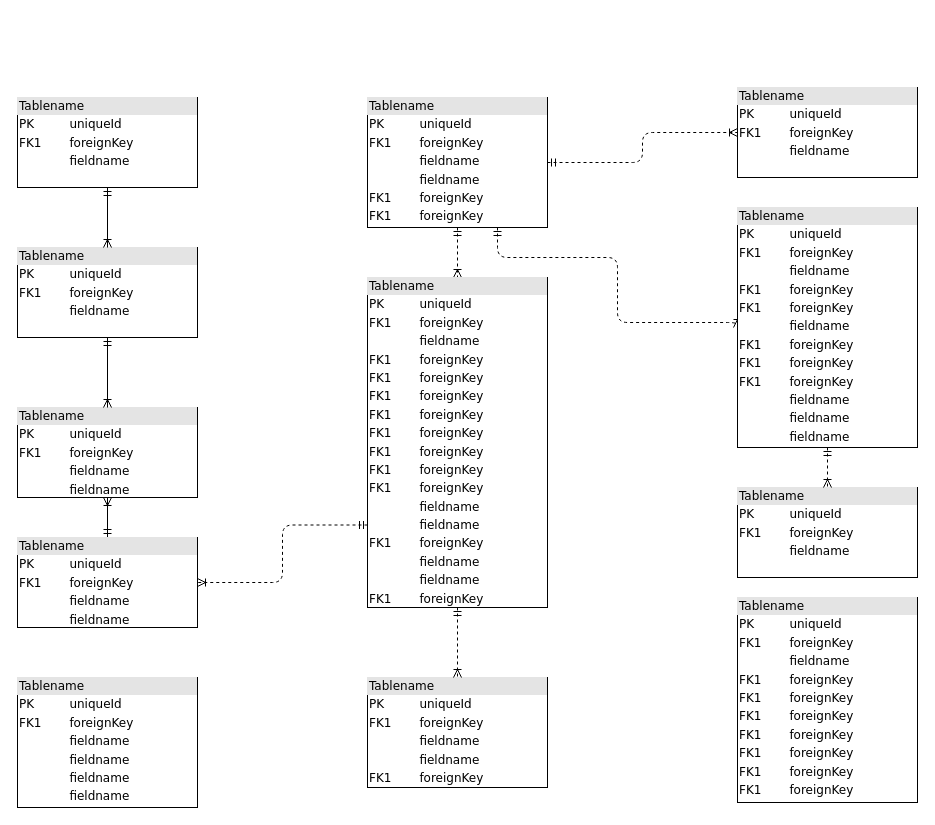
This is Biểu đồ không có tiêu đề.drawio from maihoang123/test, a draw.io file, before an edit. Source tidied: cells renumbered, new cells numbered last; positions are measured from the earlier drawing's top-left corner, leaving out a move shared by most shapes. Both pictures are drawn from the tidied source at 100%, with x=0, y=0 at pixel (17, 87).
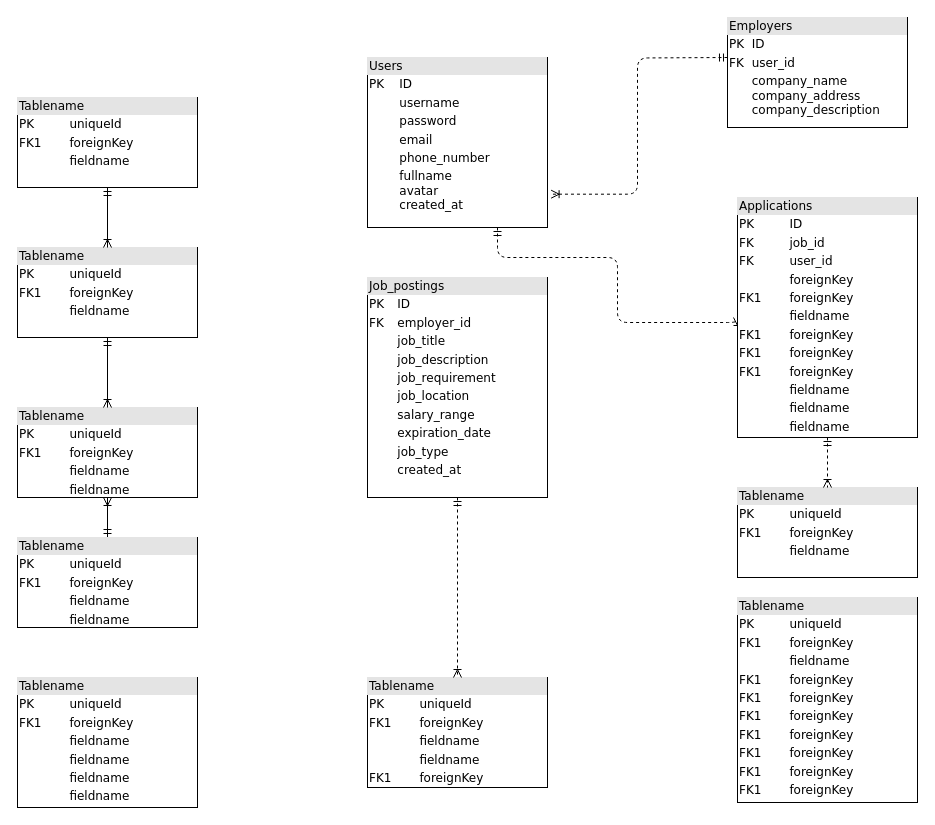
Above is the later version.

Commit message:
Cập nhật Biểu đồ không có tiêu đề.drawio

Unchanged cells that the change refers to:
```xml
<mxCell id="9" value="&lt;div style=&quot;box-sizing: border-box ; width: 100% ; background: #e4e4e4 ; padding: 2px&quot;&gt;Tablename&lt;/div&gt;&lt;table style=&quot;width: 100% ; font-size: 1em&quot; cellpadding=&quot;2&quot; cellspacing=&quot;0&quot;&gt;&lt;tbody&gt;&lt;tr&gt;&lt;td&gt;PK&lt;/td&gt;&lt;td&gt;uniqueId&lt;/td&gt;&lt;/tr&gt;&lt;tr&gt;&lt;td&gt;FK1&lt;/td&gt;&lt;td&gt;foreignKey&lt;/td&gt;&lt;/tr&gt;&lt;tr&gt;&lt;td&gt;&lt;/td&gt;&lt;td&gt;fieldname&lt;/td&gt;&lt;/tr&gt;&lt;tr&gt;&lt;td&gt;&lt;br&gt;&lt;/td&gt;&lt;td&gt;fieldname&lt;br&gt;&lt;/td&gt;&lt;/tr&gt;&lt;/tbody&gt;&lt;/table&gt;" style="verticalAlign=top;align=left;overflow=fill;html=1;rounded=0;shadow=0;comic=0;labelBackgroundColor=none;strokeWidth=1;fontFamily=Verdana;fontSize=12;" parent="1" vertex="1">
  <mxGeometry y="450" width="180" height="90" as="geometry" />
</mxCell>
```

Diff of the diagram source:
```diff
@@
-    <mxCell id="3" style="edgeStyle=orthogonalEdgeStyle;html=1;entryX=0.5;entryY=0;dashed=1;labelBackgroundColor=none;startArrow=ERmandOne;endArrow=ERoneToMany;fontFamily=Verdana;fontSize=12;align=left;" parent="1" edge="1" source="6" target="16">
-      <mxGeometry relative="1" as="geometry" />
-    </mxCell>
@@
-    <mxCell id="5" style="edgeStyle=orthogonalEdgeStyle;html=1;dashed=1;labelBackgroundColor=none;startArrow=ERmandOne;endArrow=ERoneToMany;fontFamily=Verdana;fontSize=12;align=left;" parent="1" edge="1" source="6" target="20">
-      <mxGeometry relative="1" as="geometry" />
-    </mxCell>
-    <mxCell id="6" value="&lt;div style=&quot;box-sizing: border-box ; width: 100% ; background: #e4e4e4 ; padding: 2px&quot;&gt;Tablename&lt;/div&gt;&lt;table style=&quot;width: 100% ; font-size: 1em&quot; cellpadding=&quot;2&quot; cellspacing=&quot;0&quot;&gt;&lt;tbody&gt;&lt;tr&gt;&lt;td&gt;PK&lt;/td&gt;&lt;td&gt;uniqueId&lt;/td&gt;&lt;/tr&gt;&lt;tr&gt;&lt;td&gt;FK1&lt;/td&gt;&lt;td&gt;foreignKey&lt;/td&gt;&lt;/tr&gt;&lt;tr&gt;&lt;td&gt;&lt;/td&gt;&lt;td&gt;fieldname&lt;/td&gt;&lt;/tr&gt;&lt;tr&gt;&lt;td&gt;&lt;br&gt;&lt;/td&gt;&lt;td&gt;fieldname&lt;br&gt;&lt;/td&gt;&lt;/tr&gt;&lt;tr&gt;&lt;td&gt;FK1&lt;br&gt;&lt;/td&gt;&lt;td&gt;foreignKey&lt;br&gt;&lt;/td&gt;&lt;/tr&gt;&lt;tr&gt;&lt;td&gt;FK1&lt;br&gt;&lt;/td&gt;&lt;td&gt;foreignKey&lt;br&gt;&lt;/td&gt;&lt;/tr&gt;&lt;/tbody&gt;&lt;/table&gt;" style="verticalAlign=top;align=left;overflow=fill;html=1;rounded=0;shadow=0;comic=0;labelBackgroundColor=none;strokeWidth=1;fontFamily=Verdana;fontSize=12;" parent="1" vertex="1">
-      <mxGeometry x="350" y="10" width="180" height="130" as="geometry" />
+    <mxCell id="6" value="&lt;div style=&quot;box-sizing: border-box ; width: 100% ; background: #e4e4e4 ; padding: 2px&quot;&gt;Users&lt;/div&gt;&lt;table style=&quot;width: 100% ; font-size: 1em&quot; cellpadding=&quot;2&quot; cellspacing=&quot;0&quot;&gt;&lt;tbody&gt;&lt;tr&gt;&lt;td&gt;PK&lt;/td&gt;&lt;td&gt;ID&lt;/td&gt;&lt;/tr&gt;&lt;tr&gt;&lt;td&gt;&lt;br&gt;&lt;/td&gt;&lt;td&gt;username&lt;/td&gt;&lt;/tr&gt;&lt;tr&gt;&lt;td&gt;&lt;/td&gt;&lt;td&gt;password&lt;/td&gt;&lt;/tr&gt;&lt;tr&gt;&lt;td&gt;&lt;br&gt;&lt;/td&gt;&lt;td&gt;email&lt;/td&gt;&lt;/tr&gt;&lt;tr&gt;&lt;td&gt;&lt;br&gt;&lt;/td&gt;&lt;td&gt;phone_number&lt;br&gt;&lt;/td&gt;&lt;/tr&gt;&lt;tr&gt;&lt;td&gt;&lt;br&gt;&lt;/td&gt;&lt;td&gt;fullname&lt;br&gt;avatar&lt;br&gt;created_at&lt;/td&gt;&lt;/tr&gt;&lt;/tbody&gt;&lt;/table&gt;" style="verticalAlign=top;align=left;overflow=fill;html=1;rounded=0;shadow=0;comic=0;labelBackgroundColor=none;strokeWidth=1;fontFamily=Verdana;fontSize=12;" parent="1" vertex="1">
+      <mxGeometry x="350" y="-30" width="180" height="170" as="geometry" />
     </mxCell>
@@
-    <mxCell id="8" style="edgeStyle=orthogonalEdgeStyle;html=1;exitX=0;exitY=0.75;entryX=1;entryY=0.5;dashed=1;labelBackgroundColor=none;startArrow=ERmandOne;endArrow=ERoneToMany;fontFamily=Verdana;fontSize=12;align=left;" parent="1" edge="1" source="16" target="9">
-      <mxGeometry relative="1" as="geometry" />
-    </mxCell>
@@
-    <mxCell id="16" value="&lt;div style=&quot;box-sizing: border-box ; width: 100% ; background: #e4e4e4 ; padding: 2px&quot;&gt;Tablename&lt;/div&gt;&lt;table style=&quot;width: 100% ; font-size: 1em&quot; cellpadding=&quot;2&quot; cellspacing=&quot;0&quot;&gt;&lt;tbody&gt;&lt;tr&gt;&lt;td&gt;PK&lt;/td&gt;&lt;td&gt;uniqueId&lt;/td&gt;&lt;/tr&gt;&lt;tr&gt;&lt;td&gt;FK1&lt;/td&gt;&lt;td&gt;foreignKey&lt;/td&gt;&lt;/tr&gt;&lt;tr&gt;&lt;td&gt;&lt;/td&gt;&lt;td&gt;fieldname&lt;/td&gt;&lt;/tr&gt;&lt;tr&gt;&lt;td&gt;FK1&lt;br&gt;&lt;/td&gt;&lt;td&gt;foreignKey&lt;br&gt;&lt;/td&gt;&lt;/tr&gt;&lt;tr&gt;&lt;td&gt;FK1&lt;br&gt;&lt;/td&gt;&lt;td&gt;foreignKey&lt;br&gt;&lt;/td&gt;&lt;/tr&gt;&lt;tr&gt;&lt;td&gt;FK1&lt;br&gt;&lt;/td&gt;&lt;td&gt;foreignKey&lt;br&gt;&lt;/td&gt;&lt;/tr&gt;&lt;tr&gt;&lt;td&gt;FK1&lt;br&gt;&lt;/td&gt;&lt;td&gt;foreignKey&lt;br&gt;&lt;/td&gt;&lt;/tr&gt;&lt;tr&gt;&lt;td&gt;FK1&lt;br&gt;&lt;/td&gt;&lt;td&gt;foreignKey&lt;br&gt;&lt;/td&gt;&lt;/tr&gt;&lt;tr&gt;&lt;td&gt;FK1&lt;br&gt;&lt;/td&gt;&lt;td&gt;foreignKey&lt;br&gt;&lt;/td&gt;&lt;/tr&gt;&lt;tr&gt;&lt;td&gt;FK1&lt;br&gt;&lt;/td&gt;&lt;td&gt;foreignKey&lt;br&gt;&lt;/td&gt;&lt;/tr&gt;&lt;tr&gt;&lt;td&gt;FK1&lt;br&gt;&lt;/td&gt;&lt;td&gt;foreignKey&lt;br&gt;&lt;/td&gt;&lt;/tr&gt;&lt;tr&gt;&lt;td&gt;&lt;br&gt;&lt;/td&gt;&lt;td&gt;fieldname&lt;br&gt;&lt;/td&gt;&lt;/tr&gt;&lt;tr&gt;&lt;td&gt;&lt;br&gt;&lt;/td&gt;&lt;td&gt;fieldname&lt;br&gt;&lt;/td&gt;&lt;/tr&gt;&lt;tr&gt;&lt;td&gt;FK1&lt;br&gt;&lt;/td&gt;&lt;td&gt;foreignKey&lt;br&gt;&lt;/td&gt;&lt;/tr&gt;&lt;tr&gt;&lt;td&gt;&lt;br&gt;&lt;/td&gt;&lt;td&gt;fieldname&lt;br&gt;&lt;/td&gt;&lt;/tr&gt;&lt;tr&gt;&lt;td&gt;&lt;br&gt;&lt;/td&gt;&lt;td&gt;fieldname&lt;br&gt;&lt;/td&gt;&lt;/tr&gt;&lt;tr&gt;&lt;td&gt;FK1&lt;br&gt;&lt;/td&gt;&lt;td&gt;foreignKey&lt;br&gt;&lt;/td&gt;&lt;/tr&gt;&lt;/tbody&gt;&lt;/table&gt;" style="verticalAlign=top;align=left;overflow=fill;html=1;rounded=0;shadow=0;comic=0;labelBackgroundColor=none;strokeWidth=1;fontFamily=Verdana;fontSize=12;" parent="1" vertex="1">
-      <mxGeometry x="350" y="190" width="180" height="330" as="geometry" />
+    <mxCell id="16" value="&lt;div style=&quot;box-sizing: border-box ; width: 100% ; background: #e4e4e4 ; padding: 2px&quot;&gt;Job_postings&lt;/div&gt;&lt;table style=&quot;width: 100% ; font-size: 1em&quot; cellpadding=&quot;2&quot; cellspacing=&quot;0&quot;&gt;&lt;tbody&gt;&lt;tr&gt;&lt;td&gt;PK&lt;/td&gt;&lt;td&gt;ID&lt;/td&gt;&lt;/tr&gt;&lt;tr&gt;&lt;td&gt;FK&lt;/td&gt;&lt;td&gt;employer_id&lt;/td&gt;&lt;/tr&gt;&lt;tr&gt;&lt;td&gt;&lt;/td&gt;&lt;td&gt;job_title&lt;/td&gt;&lt;/tr&gt;&lt;tr&gt;&lt;td&gt;&lt;br&gt;&lt;/td&gt;&lt;td&gt;job_description&lt;br&gt;&lt;/td&gt;&lt;/tr&gt;&lt;tr&gt;&lt;td&gt;&lt;br&gt;&lt;/td&gt;&lt;td&gt;job_requirement&lt;br&gt;&lt;/td&gt;&lt;/tr&gt;&lt;tr&gt;&lt;td&gt;&lt;br&gt;&lt;/td&gt;&lt;td&gt;job_location&lt;br&gt;&lt;/td&gt;&lt;/tr&gt;&lt;tr&gt;&lt;td&gt;&lt;br&gt;&lt;/td&gt;&lt;td&gt;salary_range&lt;br&gt;&lt;/td&gt;&lt;/tr&gt;&lt;tr&gt;&lt;td&gt;&lt;br&gt;&lt;/td&gt;&lt;td&gt;expiration_date&lt;/td&gt;&lt;/tr&gt;&lt;tr&gt;&lt;td&gt;&lt;br&gt;&lt;/td&gt;&lt;td&gt;job_type&lt;br&gt;&lt;/td&gt;&lt;/tr&gt;&lt;tr&gt;&lt;td&gt;&lt;br&gt;&lt;/td&gt;&lt;td&gt;created_at&lt;/td&gt;&lt;/tr&gt;&lt;tr&gt;&lt;td&gt;&lt;br&gt;&lt;/td&gt;&lt;td&gt;&lt;br&gt;&lt;/td&gt;&lt;/tr&gt;&lt;tr&gt;&lt;td&gt;&lt;br&gt;&lt;/td&gt;&lt;td&gt;&lt;br&gt;&lt;/td&gt;&lt;/tr&gt;&lt;tr&gt;&lt;td&gt;&lt;br&gt;&lt;/td&gt;&lt;td&gt;&lt;br&gt;&lt;/td&gt;&lt;/tr&gt;&lt;tr&gt;&lt;td&gt;&lt;br&gt;&lt;/td&gt;&lt;td&gt;&lt;br&gt;&lt;/td&gt;&lt;/tr&gt;&lt;tr&gt;&lt;td&gt;&lt;br&gt;&lt;/td&gt;&lt;td&gt;&lt;br&gt;&lt;/td&gt;&lt;/tr&gt;&lt;tr&gt;&lt;td&gt;&lt;br&gt;&lt;/td&gt;&lt;td&gt;&lt;br&gt;&lt;/td&gt;&lt;/tr&gt;&lt;tr&gt;&lt;td&gt;&lt;br&gt;&lt;/td&gt;&lt;td&gt;&lt;br&gt;&lt;/td&gt;&lt;/tr&gt;&lt;/tbody&gt;&lt;/table&gt;" style="verticalAlign=top;align=left;overflow=fill;html=1;rounded=0;shadow=0;comic=0;labelBackgroundColor=none;strokeWidth=1;fontFamily=Verdana;fontSize=12;" parent="1" vertex="1">
+      <mxGeometry x="350" y="190" width="180" height="220" as="geometry" />
     </mxCell>
@@
-    <mxCell id="19" value="&lt;div style=&quot;box-sizing: border-box ; width: 100% ; background: #e4e4e4 ; padding: 2px&quot;&gt;Tablename&lt;/div&gt;&lt;table style=&quot;width: 100% ; font-size: 1em&quot; cellpadding=&quot;2&quot; cellspacing=&quot;0&quot;&gt;&lt;tbody&gt;&lt;tr&gt;&lt;td&gt;PK&lt;/td&gt;&lt;td&gt;uniqueId&lt;/td&gt;&lt;/tr&gt;&lt;tr&gt;&lt;td&gt;FK1&lt;/td&gt;&lt;td&gt;foreignKey&lt;/td&gt;&lt;/tr&gt;&lt;tr&gt;&lt;td&gt;&lt;/td&gt;&lt;td&gt;fieldname&lt;/td&gt;&lt;/tr&gt;&lt;tr&gt;&lt;td&gt;FK1&lt;br&gt;&lt;/td&gt;&lt;td&gt;foreignKey&lt;br&gt;&lt;/td&gt;&lt;/tr&gt;&lt;tr&gt;&lt;td&gt;FK1&lt;br&gt;&lt;/td&gt;&lt;td&gt;foreignKey&lt;br&gt;&lt;/td&gt;&lt;/tr&gt;&lt;tr&gt;&lt;td&gt;&lt;br&gt;&lt;/td&gt;&lt;td&gt;fieldname&lt;br&gt;&lt;/td&gt;&lt;/tr&gt;&lt;tr&gt;&lt;td&gt;FK1&lt;br&gt;&lt;/td&gt;&lt;td&gt;foreignKey&lt;br&gt;&lt;/td&gt;&lt;/tr&gt;&lt;tr&gt;&lt;td&gt;FK1&lt;br&gt;&lt;/td&gt;&lt;td&gt;foreignKey&lt;br&gt;&lt;/td&gt;&lt;/tr&gt;&lt;tr&gt;&lt;td&gt;FK1&lt;br&gt;&lt;/td&gt;&lt;td&gt;foreignKey&lt;br&gt;&lt;/td&gt;&lt;/tr&gt;&lt;tr&gt;&lt;td&gt;&lt;br&gt;&lt;/td&gt;&lt;td&gt;fieldname&lt;br&gt;&lt;/td&gt;&lt;/tr&gt;&lt;tr&gt;&lt;td&gt;&lt;br&gt;&lt;/td&gt;&lt;td&gt;fieldname&lt;br&gt;&lt;/td&gt;&lt;/tr&gt;&lt;tr&gt;&lt;td&gt;&lt;br&gt;&lt;/td&gt;&lt;td&gt;fieldname&lt;br&gt;&lt;/td&gt;&lt;/tr&gt;&lt;/tbody&gt;&lt;/table&gt;" style="verticalAlign=top;align=left;overflow=fill;html=1;rounded=0;shadow=0;comic=0;labelBackgroundColor=none;strokeWidth=1;fontFamily=Verdana;fontSize=12;" parent="1" vertex="1">
-      <mxGeometry x="720" y="120" width="180" height="240" as="geometry" />
+    <mxCell id="19" value="&lt;div style=&quot;box-sizing: border-box ; width: 100% ; background: #e4e4e4 ; padding: 2px&quot;&gt;Applications&lt;/div&gt;&lt;table style=&quot;width: 100% ; font-size: 1em&quot; cellpadding=&quot;2&quot; cellspacing=&quot;0&quot;&gt;&lt;tbody&gt;&lt;tr&gt;&lt;td&gt;PK&lt;/td&gt;&lt;td&gt;ID&lt;/td&gt;&lt;/tr&gt;&lt;tr&gt;&lt;td&gt;FK&lt;/td&gt;&lt;td&gt;job_id&lt;/td&gt;&lt;/tr&gt;&lt;tr&gt;&lt;td&gt;FK&lt;/td&gt;&lt;td&gt;user_id&lt;/td&gt;&lt;/tr&gt;&lt;tr&gt;&lt;td&gt;&lt;br&gt;&lt;/td&gt;&lt;td&gt;foreignKey&lt;br&gt;&lt;/td&gt;&lt;/tr&gt;&lt;tr&gt;&lt;td&gt;FK1&lt;br&gt;&lt;/td&gt;&lt;td&gt;foreignKey&lt;br&gt;&lt;/td&gt;&lt;/tr&gt;&lt;tr&gt;&lt;td&gt;&lt;br&gt;&lt;/td&gt;&lt;td&gt;fieldname&lt;br&gt;&lt;/td&gt;&lt;/tr&gt;&lt;tr&gt;&lt;td&gt;FK1&lt;br&gt;&lt;/td&gt;&lt;td&gt;foreignKey&lt;br&gt;&lt;/td&gt;&lt;/tr&gt;&lt;tr&gt;&lt;td&gt;FK1&lt;br&gt;&lt;/td&gt;&lt;td&gt;foreignKey&lt;br&gt;&lt;/td&gt;&lt;/tr&gt;&lt;tr&gt;&lt;td&gt;FK1&lt;br&gt;&lt;/td&gt;&lt;td&gt;foreignKey&lt;br&gt;&lt;/td&gt;&lt;/tr&gt;&lt;tr&gt;&lt;td&gt;&lt;br&gt;&lt;/td&gt;&lt;td&gt;fieldname&lt;br&gt;&lt;/td&gt;&lt;/tr&gt;&lt;tr&gt;&lt;td&gt;&lt;br&gt;&lt;/td&gt;&lt;td&gt;fieldname&lt;br&gt;&lt;/td&gt;&lt;/tr&gt;&lt;tr&gt;&lt;td&gt;&lt;br&gt;&lt;/td&gt;&lt;td&gt;fieldname&lt;br&gt;&lt;/td&gt;&lt;/tr&gt;&lt;/tbody&gt;&lt;/table&gt;" style="verticalAlign=top;align=left;overflow=fill;html=1;rounded=0;shadow=0;comic=0;labelBackgroundColor=none;strokeWidth=1;fontFamily=Verdana;fontSize=12;" parent="1" vertex="1">
+      <mxGeometry x="720" y="110" width="180" height="240" as="geometry" />
     </mxCell>
-    <mxCell id="20" value="&lt;div style=&quot;box-sizing:border-box;width:100%;background:#e4e4e4;padding:2px;&quot;&gt;Tablename&lt;/div&gt;&lt;table style=&quot;width:100%;font-size:1em;&quot; cellpadding=&quot;2&quot; cellspacing=&quot;0&quot;&gt;&lt;tr&gt;&lt;td&gt;PK&lt;/td&gt;&lt;td&gt;uniqueId&lt;/td&gt;&lt;/tr&gt;&lt;tr&gt;&lt;td&gt;FK1&lt;/td&gt;&lt;td&gt;foreignKey&lt;/td&gt;&lt;/tr&gt;&lt;tr&gt;&lt;td&gt;&lt;/td&gt;&lt;td&gt;fieldname&lt;/td&gt;&lt;/tr&gt;&lt;/table&gt;" style="verticalAlign=top;align=left;overflow=fill;html=1;rounded=0;shadow=0;comic=0;labelBackgroundColor=none;strokeWidth=1;fontFamily=Verdana;fontSize=12;" parent="1" vertex="1">
-      <mxGeometry x="720" width="180" height="90" as="geometry" />
+    <mxCell id="20" value="&lt;div style=&quot;box-sizing:border-box;width:100%;background:#e4e4e4;padding:2px;&quot;&gt;Employers&lt;/div&gt;&lt;table style=&quot;width:100%;font-size:1em;&quot; cellpadding=&quot;2&quot; cellspacing=&quot;0&quot;&gt;&lt;tbody&gt;&lt;tr&gt;&lt;td&gt;PK&lt;/td&gt;&lt;td&gt;ID&lt;/td&gt;&lt;/tr&gt;&lt;tr&gt;&lt;td&gt;FK&lt;/td&gt;&lt;td&gt;user_id&lt;/td&gt;&lt;/tr&gt;&lt;tr&gt;&lt;td&gt;&lt;/td&gt;&lt;td&gt;company_name&lt;br&gt;company_address&lt;br&gt;company_description&lt;/td&gt;&lt;/tr&gt;&lt;/tbody&gt;&lt;/table&gt;" style="verticalAlign=top;align=left;overflow=fill;html=1;rounded=0;shadow=0;comic=0;labelBackgroundColor=none;strokeWidth=1;fontFamily=Verdana;fontSize=12;" parent="1" vertex="1">
+      <mxGeometry x="710" y="-70" width="180" height="110" as="geometry" />
     </mxCell>
@@
+    <mxCell id="23" style="edgeStyle=orthogonalEdgeStyle;html=1;exitX=0;exitY=0.75;entryX=1.02;entryY=0.804;dashed=1;labelBackgroundColor=none;startArrow=ERmandOne;endArrow=ERoneToMany;fontFamily=Verdana;fontSize=12;align=left;entryDx=0;entryDy=0;entryPerimeter=0;" parent="1" edge="1" target="6">
+      <mxGeometry relative="1" as="geometry">
+        <mxPoint x="710" y="-30" as="sourcePoint" />
+      </mxGeometry>
+    </mxCell>
```
